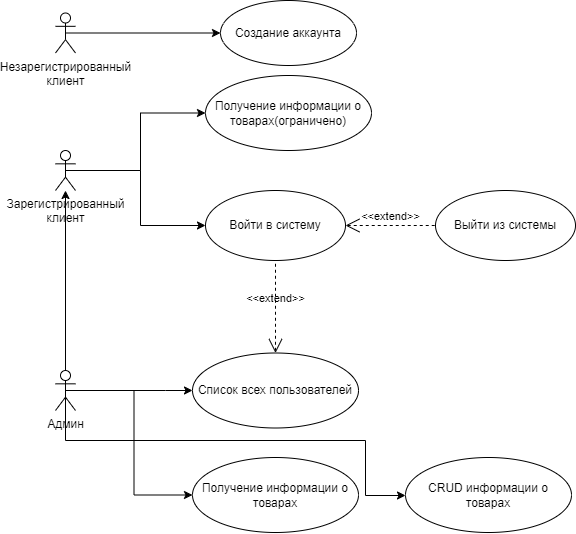
The draw.io diagram wikidb/diagrams/use_case/use_case.drawio.png in fpmi-tp2023/labrabota5pr1-team_final_final, before a commit. Source tidied: cells renumbered, new cells last; positions are measured from the earlier drawing's top-left corner, leaving out a move shared by most shapes.
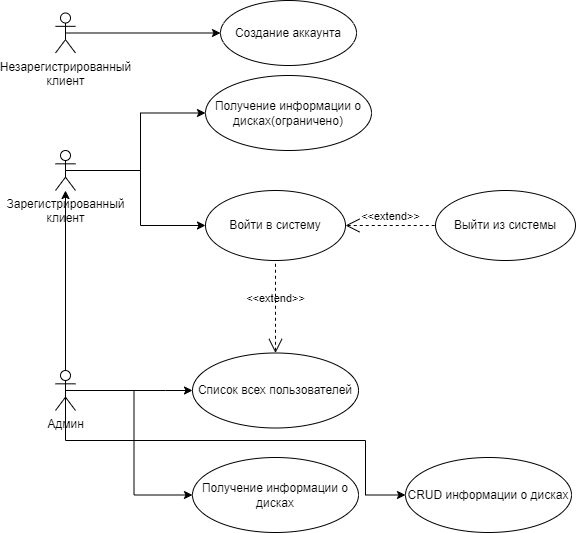
The same diagram one commit later.

The edit, as a diff of the source:
```diff
@@ -47,7 +47,7 @@
     <mxCell id="12" value="Админ" style="shape=umlActor;verticalLabelPosition=bottom;verticalAlign=top;html=1;outlineConnect=0;" parent="1" vertex="1">
       <mxGeometry y="370" width="20" height="40" as="geometry" />
     </mxCell>
-    <mxCell id="13" value="Получение информации о товарах(ограничено)" style="ellipse;whiteSpace=wrap;html=1;" parent="1" vertex="1">
+    <mxCell id="13" value="Получение информации о дисках(ограничено)" style="ellipse;whiteSpace=wrap;html=1;" parent="1" vertex="1">
       <mxGeometry x="150" y="75" width="166" height="75" as="geometry" />
     </mxCell>
     <mxCell id="14" value="Войти в систему" style="ellipse;whiteSpace=wrap;html=1;" parent="1" vertex="1">
@@ -65,10 +65,10 @@
     <mxCell id="18" value="&amp;lt;&amp;lt;extend&amp;gt;&amp;gt;" style="edgeStyle=none;html=1;startArrow=open;endArrow=none;startSize=12;verticalAlign=bottom;dashed=1;labelBackgroundColor=none;rounded=0;entryX=0;entryY=0.5;entryDx=0;entryDy=0;exitX=1;exitY=0.5;exitDx=0;exitDy=0;" parent="1" edge="1" source="14" target="15">
       <mxGeometry relative="1" as="geometry" />
     </mxCell>
-    <mxCell id="19" value="Получение информации о товарах" style="ellipse;whiteSpace=wrap;html=1;" parent="1" vertex="1">
+    <mxCell id="19" value="Получение информации о дисках" style="ellipse;whiteSpace=wrap;html=1;" parent="1" vertex="1">
       <mxGeometry x="137" y="457" width="166" height="75" as="geometry" />
     </mxCell>
-    <mxCell id="20" value="CRUD информации о товарах" style="ellipse;whiteSpace=wrap;html=1;" parent="1" vertex="1">
+    <mxCell id="20" value="CRUD информации о дисках" style="ellipse;whiteSpace=wrap;html=1;" parent="1" vertex="1">
       <mxGeometry x="350" y="457" width="166" height="75" as="geometry" />
     </mxCell>
   </root>
```
